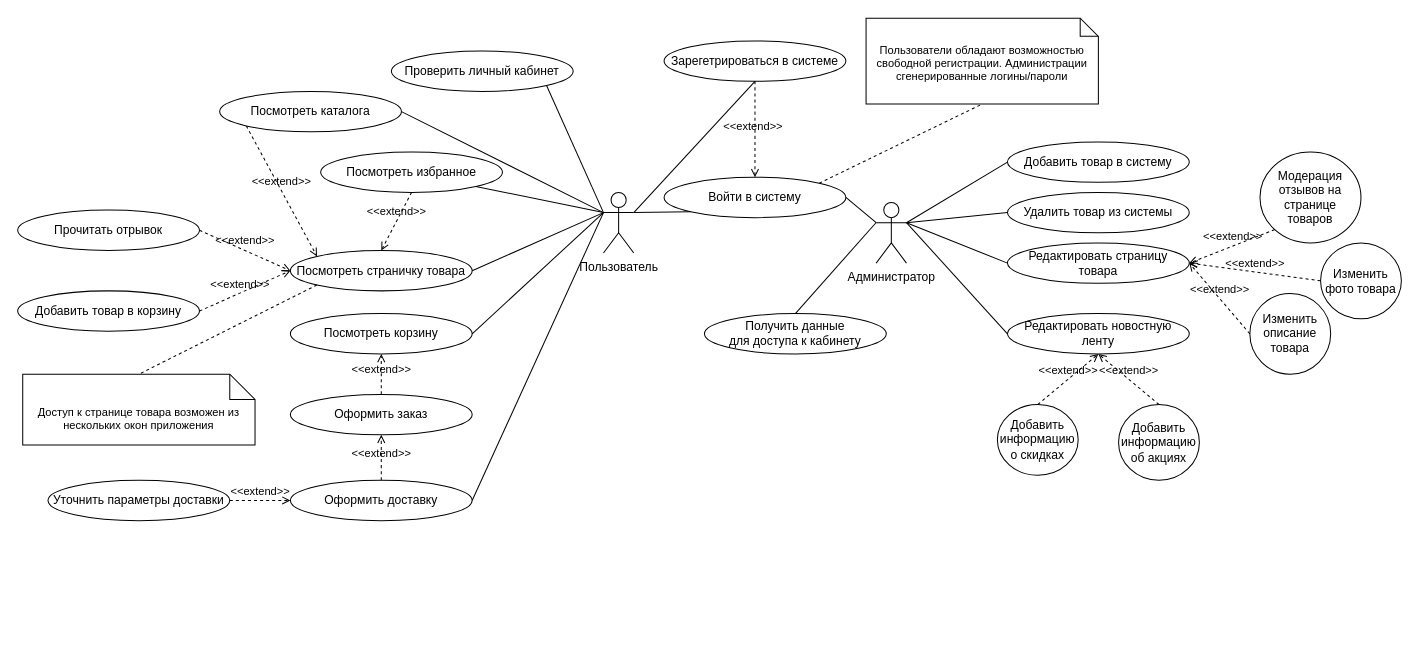
Rattokun/ModelRep keeps this draw.io diagram as page "Тут с коментами" (2 of 5) of Сис. инж. UseCase.drawio. Above is the earlier version. Source tidied: cells renumbered, new cells numbered last; positions are measured from the earlier drawing's top-left corner, leaving out a move shared by most shapes. Both pictures are drawn from the tidied source at 101%, with x=0, y=0 at pixel (17, 18).
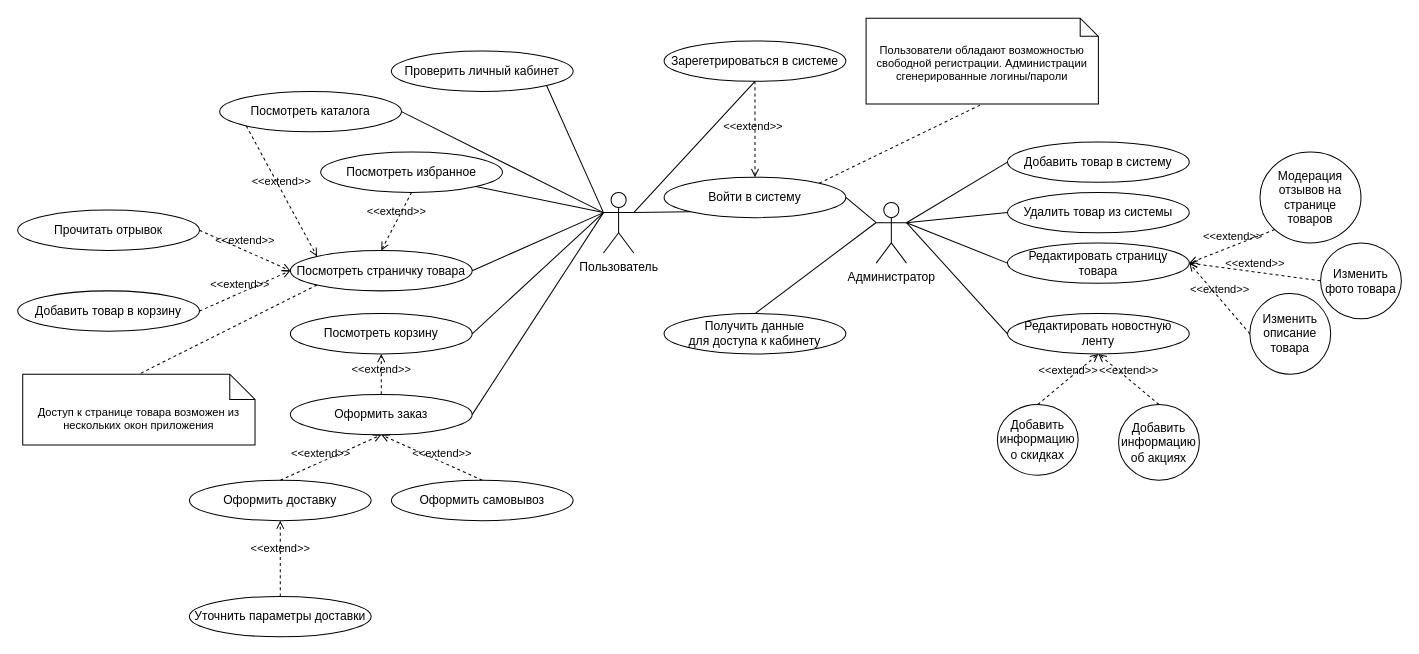
Above is the later version.

The change refers to these unchanged cells:
```xml
<mxCell id="3" value="Пользователь&lt;br&gt;" style="shape=umlActor;verticalLabelPosition=bottom;verticalAlign=top;html=1;outlineConnect=0;" parent="1" vertex="1">
  <mxGeometry x="580" y="172" width="30" height="60" as="geometry" />
</mxCell>
<mxCell id="48" value="Оформить заказ" style="ellipse;whiteSpace=wrap;html=1;" parent="1" vertex="1">
  <mxGeometry x="270" y="372" width="180" height="40" as="geometry" />
</mxCell>
```

Diff of the diagram source:
```diff
@@
     <mxCell id="16" value="Получить данные &lt;br&gt;для доступа к кабинету" style="ellipse;whiteSpace=wrap;html=1;" parent="1" vertex="1">
-      <mxGeometry x="680" y="292" width="180" height="40" as="geometry" />
+      <mxGeometry x="640" y="292" width="180" height="40" as="geometry" />
     </mxCell>
@@
     <mxCell id="36" value="Оформить доставку" style="ellipse;whiteSpace=wrap;html=1;" parent="1" vertex="1">
-      <mxGeometry x="270" y="457" width="180" height="40" as="geometry" />
+      <mxGeometry x="170" y="457" width="180" height="40" as="geometry" />
     </mxCell>
@@
-    <mxCell id="41" style="endArrow=none;html=1;rounded=0;exitX=1;exitY=0.5;exitDx=0;exitDy=0;entryX=0;entryY=0.3333333333333333;entryDx=0;entryDy=0;entryPerimeter=0;" parent="1" edge="1" source="36" target="3">
-      <mxGeometry relative="1" as="geometry" />
-    </mxCell>
     <mxCell id="42" value="Уточнить параметры доставки" style="ellipse;whiteSpace=wrap;html=1;" parent="1" vertex="1">
-      <mxGeometry x="30" y="457" width="180" height="40" as="geometry" />
+      <mxGeometry x="170" y="572" width="180" height="40" as="geometry" />
     </mxCell>
-    <mxCell id="43" value="&amp;lt;&amp;lt;extend&amp;gt;&amp;gt;" style="html=1;verticalAlign=bottom;labelBackgroundColor=none;endArrow=open;endFill=0;dashed=1;rounded=0;strokeColor=default;fontFamily=Helvetica;fontSize=11;fontColor=default;shape=connector;exitX=1;exitY=0.5;exitDx=0;exitDy=0;entryX=0;entryY=0.5;entryDx=0;entryDy=0;" parent="1" edge="1" source="42" target="36">
+    <mxCell id="43" value="&amp;lt;&amp;lt;extend&amp;gt;&amp;gt;" style="html=1;verticalAlign=bottom;labelBackgroundColor=none;endArrow=open;endFill=0;dashed=1;rounded=0;strokeColor=default;fontFamily=Helvetica;fontSize=11;fontColor=default;shape=connector;exitX=0.5;exitY=0;exitDx=0;exitDy=0;entryX=0.5;entryY=1;entryDx=0;entryDy=0;" parent="1" edge="1" source="42" target="36">
       <mxGeometry relative="1" as="geometry" />
     </mxCell>
@@
+    <mxCell id="57" value="Оформить самовывоз" style="ellipse;whiteSpace=wrap;html=1;" parent="1" vertex="1">
+      <mxGeometry x="370" y="457" width="180" height="40" as="geometry" />
+    </mxCell>
+    <mxCell id="58" value="&amp;lt;&amp;lt;extend&amp;gt;&amp;gt;" style="html=1;verticalAlign=bottom;labelBackgroundColor=none;endArrow=open;endFill=0;dashed=1;rounded=0;strokeColor=default;fontFamily=Helvetica;fontSize=11;fontColor=default;shape=connector;exitX=0.5;exitY=0;exitDx=0;exitDy=0;entryX=0.5;entryY=1;entryDx=0;entryDy=0;" parent="1" edge="1" source="57" target="48">
+      <mxGeometry x="-0.2" relative="1" as="geometry" />
+    </mxCell>
+    <mxCell id="59" style="endArrow=none;html=1;rounded=0;exitX=1;exitY=0.5;exitDx=0;exitDy=0;entryX=0;entryY=0.3333333333333333;entryDx=0;entryDy=0;entryPerimeter=0;" parent="1" edge="1" source="48" target="3">
+      <mxGeometry relative="1" as="geometry" />
+    </mxCell>
```
